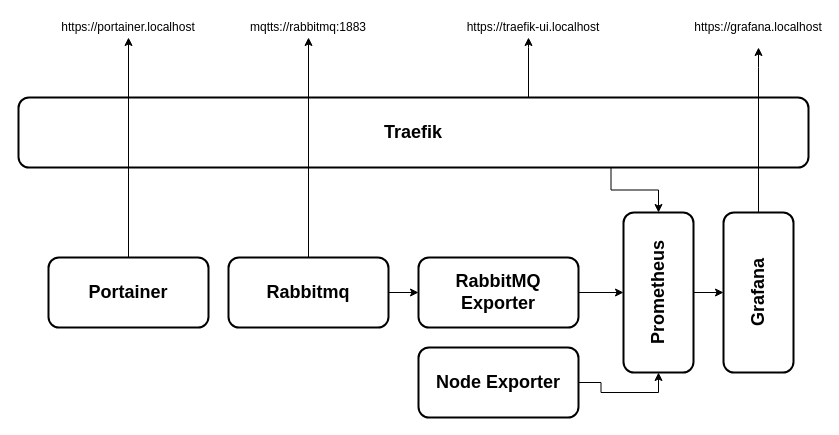
Above: architecture.drawio in davidjmallar/iot-stack (draw.io), before the change. Source tidied: cells renumbered, new cells numbered last; positions are measured from the earlier drawing's top-left corner, leaving out a move shared by most shapes. Both pictures are drawn from the tidied source at 100%, with x=0, y=0 at pixel (18, 17).
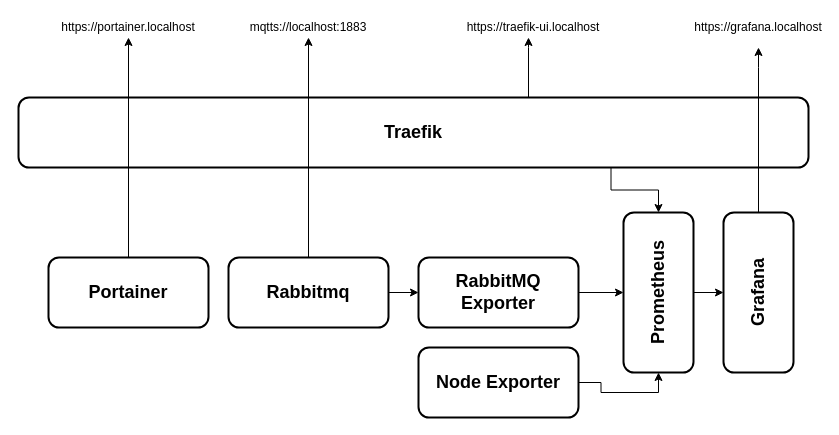
The same diagram, later.

Diff of the diagram source:
```diff
@@
-    <mxCell id="15" value="mqtts://rabbitmq:1883" style="text;html=1;strokeColor=none;fillColor=none;align=center;verticalAlign=middle;whiteSpace=wrap;rounded=0;" parent="1" vertex="1">
+    <mxCell id="15" value="mqtts://localhost:1883" style="text;html=1;strokeColor=none;fillColor=none;align=center;verticalAlign=middle;whiteSpace=wrap;rounded=0;" parent="1" vertex="1">
       <mxGeometry x="270" width="40" height="20" as="geometry" />
     </mxCell>
```
